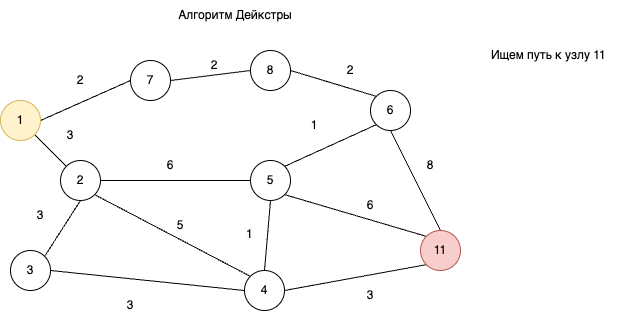
This is webinars/16-algorithms-part2/img/graph_deykstra.png from OtusGolang/webinars_basic, a draw.io export, as it was before one commit. Source tidied: cells renumbered, new cells last; positions are measured from the earlier drawing's top-left corner, leaving out a move shared by most shapes. Source of this version:
```xml
<mxGraphModel background="#ffffff">
  <root>
    <mxCell id="0" />
    <mxCell id="1" parent="0" />
    <mxCell id="2" style="rounded=0;jettySize=auto;html=1;exitX=1;exitY=1;exitDx=0;exitDy=0;entryX=0;entryY=0;entryDx=0;entryDy=0;endArrow=none;endFill=0;" parent="1" edge="1" source="4" target="8">
      <mxGeometry relative="1" as="geometry" />
    </mxCell>
    <mxCell id="3" style="rounded=0;jettySize=auto;html=1;exitX=1;exitY=0.5;exitDx=0;exitDy=0;entryX=0;entryY=0.5;entryDx=0;entryDy=0;endArrow=none;endFill=0;" parent="1" edge="1" source="4" target="23">
      <mxGeometry relative="1" as="geometry" />
    </mxCell>
    <mxCell id="4" value="1" style="ellipse;whiteSpace=wrap;html=1;fillColor=#fff2cc;strokeColor=#d6b656;" parent="1" vertex="1">
      <mxGeometry y="100" width="40" height="40" as="geometry" />
    </mxCell>
    <mxCell id="5" style="rounded=0;jettySize=auto;html=1;exitX=0.5;exitY=1;exitDx=0;exitDy=0;entryX=1;entryY=0;entryDx=0;entryDy=0;endArrow=none;endFill=0;" parent="1" edge="1" source="8" target="13">
      <mxGeometry relative="1" as="geometry" />
    </mxCell>
    <mxCell id="6" style="rounded=0;jettySize=auto;html=1;exitX=1;exitY=1;exitDx=0;exitDy=0;entryX=0;entryY=0;entryDx=0;entryDy=0;endArrow=none;endFill=0;" parent="1" edge="1" source="8" target="18">
      <mxGeometry relative="1" as="geometry" />
    </mxCell>
    <mxCell id="7" style="rounded=0;jettySize=auto;html=1;exitX=1;exitY=0.5;exitDx=0;exitDy=0;endArrow=none;endFill=0;" parent="1" edge="1" source="8" target="11">
      <mxGeometry relative="1" as="geometry" />
    </mxCell>
    <mxCell id="8" value="2" style="ellipse;whiteSpace=wrap;html=1;" parent="1" vertex="1">
      <mxGeometry x="60" y="160" width="40" height="40" as="geometry" />
    </mxCell>
    <mxCell id="9" style="rounded=0;jettySize=auto;html=1;exitX=1;exitY=0;exitDx=0;exitDy=0;entryX=0;entryY=1;entryDx=0;entryDy=0;endArrow=none;endFill=0;" parent="1" edge="1" source="11" target="15">
      <mxGeometry relative="1" as="geometry" />
    </mxCell>
    <mxCell id="10" style="rounded=0;jettySize=auto;html=1;exitX=1;exitY=1;exitDx=0;exitDy=0;entryX=0;entryY=0;entryDx=0;entryDy=0;endArrow=none;endFill=0;" parent="1" edge="1" source="11" target="20">
      <mxGeometry relative="1" as="geometry" />
    </mxCell>
    <mxCell id="11" value="5" style="ellipse;whiteSpace=wrap;html=1;" parent="1" vertex="1">
      <mxGeometry x="250" y="160" width="40" height="40" as="geometry" />
    </mxCell>
    <mxCell id="12" style="rounded=0;jettySize=auto;html=1;exitX=1;exitY=0.5;exitDx=0;exitDy=0;entryX=0;entryY=0.5;entryDx=0;entryDy=0;endArrow=none;endFill=0;" parent="1" edge="1" source="13" target="18">
      <mxGeometry relative="1" as="geometry" />
    </mxCell>
    <mxCell id="13" value="3" style="ellipse;whiteSpace=wrap;html=1;" parent="1" vertex="1">
      <mxGeometry x="10" y="250" width="40" height="40" as="geometry" />
    </mxCell>
    <mxCell id="14" style="rounded=0;jettySize=auto;html=1;exitX=0.5;exitY=1;exitDx=0;exitDy=0;entryX=0.5;entryY=0;entryDx=0;entryDy=0;endArrow=none;endFill=0;" parent="1" edge="1" source="15" target="20">
      <mxGeometry relative="1" as="geometry" />
    </mxCell>
    <mxCell id="15" value="6" style="ellipse;whiteSpace=wrap;html=1;" parent="1" vertex="1">
      <mxGeometry x="370" y="90" width="40" height="40" as="geometry" />
    </mxCell>
    <mxCell id="16" style="rounded=0;jettySize=auto;html=1;exitX=0.5;exitY=0;exitDx=0;exitDy=0;entryX=0.5;entryY=1;entryDx=0;entryDy=0;endArrow=none;endFill=0;" parent="1" edge="1" source="18" target="11">
      <mxGeometry relative="1" as="geometry" />
    </mxCell>
    <mxCell id="17" style="rounded=0;jettySize=auto;html=1;exitX=1;exitY=0.5;exitDx=0;exitDy=0;entryX=0;entryY=1;entryDx=0;entryDy=0;endArrow=none;endFill=0;" parent="1" edge="1" source="18" target="20">
      <mxGeometry relative="1" as="geometry" />
    </mxCell>
    <mxCell id="18" value="4" style="ellipse;whiteSpace=wrap;html=1;" parent="1" vertex="1">
      <mxGeometry x="244" y="270" width="40" height="40" as="geometry" />
    </mxCell>
    <mxCell id="19" value="Алгоритм Дейкстры&lt;br&gt;" style="text;html=1;strokeColor=none;fillColor=none;align=center;verticalAlign=middle;whiteSpace=wrap;rounded=0;" parent="1" vertex="1">
      <mxGeometry x="130" width="210" height="30" as="geometry" />
    </mxCell>
    <mxCell id="20" value="11" style="ellipse;whiteSpace=wrap;html=1;fillColor=#f8cecc;strokeColor=#b85450;" parent="1" vertex="1">
      <mxGeometry x="420" y="230" width="40" height="40" as="geometry" />
    </mxCell>
    <mxCell id="21" style="edgeStyle=orthogonalEdgeStyle;rounded=0;orthogonalLoop=1;jettySize=auto;html=1;exitX=0.5;exitY=1;exitDx=0;exitDy=0;" parent="1" edge="1" source="15" target="15">
      <mxGeometry relative="1" as="geometry" />
    </mxCell>
    <mxCell id="22" style="rounded=0;jettySize=auto;html=1;exitX=1;exitY=0.5;exitDx=0;exitDy=0;entryX=0;entryY=0.5;entryDx=0;entryDy=0;endArrow=none;endFill=0;" parent="1" edge="1" source="23" target="25">
      <mxGeometry relative="1" as="geometry" />
    </mxCell>
    <mxCell id="23" value="7" style="ellipse;whiteSpace=wrap;html=1;" parent="1" vertex="1">
      <mxGeometry x="130" y="60" width="40" height="40" as="geometry" />
    </mxCell>
    <mxCell id="24" style="rounded=0;jettySize=auto;html=1;exitX=1;exitY=0.5;exitDx=0;exitDy=0;entryX=0;entryY=0;entryDx=0;entryDy=0;endArrow=none;endFill=0;" parent="1" edge="1" source="25" target="15">
      <mxGeometry relative="1" as="geometry" />
    </mxCell>
    <mxCell id="25" value="8" style="ellipse;whiteSpace=wrap;html=1;" parent="1" vertex="1">
      <mxGeometry x="250" y="50" width="40" height="40" as="geometry" />
    </mxCell>
    <mxCell id="26" value="Ищем путь к узлу 11&amp;nbsp;" style="text;html=1;strokeColor=none;fillColor=none;align=center;verticalAlign=middle;whiteSpace=wrap;rounded=0;" parent="1" vertex="1">
      <mxGeometry x="470" y="40" width="160" height="30" as="geometry" />
    </mxCell>
    <mxCell id="27" value="2" style="text;html=1;align=center;verticalAlign=middle;whiteSpace=wrap;rounded=0;" parent="1" vertex="1">
      <mxGeometry x="50" y="65" width="60" height="30" as="geometry" />
    </mxCell>
    <mxCell id="28" value="2" style="text;html=1;align=center;verticalAlign=middle;whiteSpace=wrap;rounded=0;" parent="1" vertex="1">
      <mxGeometry x="184" y="50" width="60" height="30" as="geometry" />
    </mxCell>
    <mxCell id="29" value="2" style="text;html=1;align=center;verticalAlign=middle;whiteSpace=wrap;rounded=0;" parent="1" vertex="1">
      <mxGeometry x="320" y="55" width="60" height="30" as="geometry" />
    </mxCell>
    <mxCell id="30" value="8" style="text;html=1;align=center;verticalAlign=middle;whiteSpace=wrap;rounded=0;" parent="1" vertex="1">
      <mxGeometry x="400" y="150" width="60" height="30" as="geometry" />
    </mxCell>
    <mxCell id="31" value="3" style="text;html=1;align=center;verticalAlign=middle;whiteSpace=wrap;rounded=0;" parent="1" vertex="1">
      <mxGeometry x="40" y="120" width="60" height="30" as="geometry" />
    </mxCell>
    <mxCell id="32" value="6" style="text;html=1;align=center;verticalAlign=middle;whiteSpace=wrap;rounded=0;" parent="1" vertex="1">
      <mxGeometry x="140" y="150" width="60" height="30" as="geometry" />
    </mxCell>
    <mxCell id="33" value="1" style="text;html=1;align=center;verticalAlign=middle;whiteSpace=wrap;rounded=0;" parent="1" vertex="1">
      <mxGeometry x="284" y="110" width="60" height="30" as="geometry" />
    </mxCell>
    <mxCell id="34" value="6" style="text;html=1;align=center;verticalAlign=middle;whiteSpace=wrap;rounded=0;" parent="1" vertex="1">
      <mxGeometry x="340" y="190" width="60" height="30" as="geometry" />
    </mxCell>
    <mxCell id="35" value="3" style="text;html=1;align=center;verticalAlign=middle;whiteSpace=wrap;rounded=0;" parent="1" vertex="1">
      <mxGeometry x="10" y="200" width="60" height="30" as="geometry" />
    </mxCell>
    <mxCell id="36" value="3" style="text;html=1;align=center;verticalAlign=middle;whiteSpace=wrap;rounded=0;" parent="1" vertex="1">
      <mxGeometry x="100" y="290" width="60" height="30" as="geometry" />
    </mxCell>
    <mxCell id="37" value="3" style="text;html=1;align=center;verticalAlign=middle;whiteSpace=wrap;rounded=0;" parent="1" vertex="1">
      <mxGeometry x="340" y="280" width="60" height="30" as="geometry" />
    </mxCell>
    <mxCell id="38" value="&lt;span style=&quot;color: rgb(0, 0, 0); font-family: Helvetica; font-size: 12px; font-style: normal; font-variant-ligatures: normal; font-variant-caps: normal; font-weight: 400; letter-spacing: normal; orphans: 2; text-align: center; text-indent: 0px; text-transform: none; widows: 2; word-spacing: 0px; -webkit-text-stroke-width: 0px; background-color: rgb(251, 251, 251); text-decoration-thickness: initial; text-decoration-style: initial; text-decoration-color: initial; float: none; display: inline !important;&quot;&gt;1&lt;/span&gt;" style="text;whiteSpace=wrap;html=1;" parent="1" vertex="1">
      <mxGeometry x="244" y="220" width="34" height="30" as="geometry" />
    </mxCell>
    <mxCell id="39" value="5" style="text;html=1;align=center;verticalAlign=middle;whiteSpace=wrap;rounded=0;" parent="1" vertex="1">
      <mxGeometry x="150" y="210" width="60" height="30" as="geometry" />
    </mxCell>
  </root>
</mxGraphModel>
```
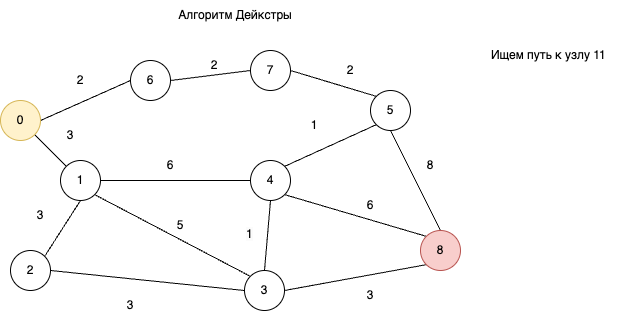
The same file after the commit.

Commit message:
finish materials

What changed in the source:
```diff
@@ -1,4 +1,4 @@
-<mxGraphModel background="#ffffff">
+<mxGraphModel>
   <root>
     <mxCell id="0" />
     <mxCell id="1" parent="0" />
@@ -8,7 +8,7 @@
     <mxCell id="3" style="rounded=0;jettySize=auto;html=1;exitX=1;exitY=0.5;exitDx=0;exitDy=0;entryX=0;entryY=0.5;entryDx=0;entryDy=0;endArrow=none;endFill=0;" parent="1" edge="1" source="4" target="23">
       <mxGeometry relative="1" as="geometry" />
     </mxCell>
-    <mxCell id="4" value="1" style="ellipse;whiteSpace=wrap;html=1;fillColor=#fff2cc;strokeColor=#d6b656;" parent="1" vertex="1">
+    <mxCell id="4" value="0" style="ellipse;whiteSpace=wrap;html=1;fillColor=#fff2cc;strokeColor=#d6b656;" parent="1" vertex="1">
       <mxGeometry y="100" width="40" height="40" as="geometry" />
     </mxCell>
     <mxCell id="5" style="rounded=0;jettySize=auto;html=1;exitX=0.5;exitY=1;exitDx=0;exitDy=0;entryX=1;entryY=0;entryDx=0;entryDy=0;endArrow=none;endFill=0;" parent="1" edge="1" source="8" target="13">
@@ -20,7 +20,7 @@
     <mxCell id="7" style="rounded=0;jettySize=auto;html=1;exitX=1;exitY=0.5;exitDx=0;exitDy=0;endArrow=none;endFill=0;" parent="1" edge="1" source="8" target="11">
       <mxGeometry relative="1" as="geometry" />
     </mxCell>
-    <mxCell id="8" value="2" style="ellipse;whiteSpace=wrap;html=1;" parent="1" vertex="1">
+    <mxCell id="8" value="1" style="ellipse;whiteSpace=wrap;html=1;" parent="1" vertex="1">
       <mxGeometry x="60" y="160" width="40" height="40" as="geometry" />
     </mxCell>
     <mxCell id="9" style="rounded=0;jettySize=auto;html=1;exitX=1;exitY=0;exitDx=0;exitDy=0;entryX=0;entryY=1;entryDx=0;entryDy=0;endArrow=none;endFill=0;" parent="1" edge="1" source="11" target="15">
@@ -29,19 +29,19 @@
     <mxCell id="10" style="rounded=0;jettySize=auto;html=1;exitX=1;exitY=1;exitDx=0;exitDy=0;entryX=0;entryY=0;entryDx=0;entryDy=0;endArrow=none;endFill=0;" parent="1" edge="1" source="11" target="20">
       <mxGeometry relative="1" as="geometry" />
     </mxCell>
-    <mxCell id="11" value="5" style="ellipse;whiteSpace=wrap;html=1;" parent="1" vertex="1">
+    <mxCell id="11" value="4" style="ellipse;whiteSpace=wrap;html=1;" parent="1" vertex="1">
       <mxGeometry x="250" y="160" width="40" height="40" as="geometry" />
     </mxCell>
     <mxCell id="12" style="rounded=0;jettySize=auto;html=1;exitX=1;exitY=0.5;exitDx=0;exitDy=0;entryX=0;entryY=0.5;entryDx=0;entryDy=0;endArrow=none;endFill=0;" parent="1" edge="1" source="13" target="18">
       <mxGeometry relative="1" as="geometry" />
     </mxCell>
-    <mxCell id="13" value="3" style="ellipse;whiteSpace=wrap;html=1;" parent="1" vertex="1">
+    <mxCell id="13" value="2" style="ellipse;whiteSpace=wrap;html=1;" parent="1" vertex="1">
       <mxGeometry x="10" y="250" width="40" height="40" as="geometry" />
     </mxCell>
     <mxCell id="14" style="rounded=0;jettySize=auto;html=1;exitX=0.5;exitY=1;exitDx=0;exitDy=0;entryX=0.5;entryY=0;entryDx=0;entryDy=0;endArrow=none;endFill=0;" parent="1" edge="1" source="15" target="20">
       <mxGeometry relative="1" as="geometry" />
     </mxCell>
-    <mxCell id="15" value="6" style="ellipse;whiteSpace=wrap;html=1;" parent="1" vertex="1">
+    <mxCell id="15" value="5" style="ellipse;whiteSpace=wrap;html=1;" parent="1" vertex="1">
       <mxGeometry x="370" y="90" width="40" height="40" as="geometry" />
     </mxCell>
     <mxCell id="16" style="rounded=0;jettySize=auto;html=1;exitX=0.5;exitY=0;exitDx=0;exitDy=0;entryX=0.5;entryY=1;entryDx=0;entryDy=0;endArrow=none;endFill=0;" parent="1" edge="1" source="18" target="11">
@@ -50,13 +50,13 @@
     <mxCell id="17" style="rounded=0;jettySize=auto;html=1;exitX=1;exitY=0.5;exitDx=0;exitDy=0;entryX=0;entryY=1;entryDx=0;entryDy=0;endArrow=none;endFill=0;" parent="1" edge="1" source="18" target="20">
       <mxGeometry relative="1" as="geometry" />
     </mxCell>
-    <mxCell id="18" value="4" style="ellipse;whiteSpace=wrap;html=1;" parent="1" vertex="1">
+    <mxCell id="18" value="3" style="ellipse;whiteSpace=wrap;html=1;" parent="1" vertex="1">
       <mxGeometry x="244" y="270" width="40" height="40" as="geometry" />
     </mxCell>
     <mxCell id="19" value="Алгоритм Дейкстры&lt;br&gt;" style="text;html=1;strokeColor=none;fillColor=none;align=center;verticalAlign=middle;whiteSpace=wrap;rounded=0;" parent="1" vertex="1">
       <mxGeometry x="130" width="210" height="30" as="geometry" />
     </mxCell>
-    <mxCell id="20" value="11" style="ellipse;whiteSpace=wrap;html=1;fillColor=#f8cecc;strokeColor=#b85450;" parent="1" vertex="1">
+    <mxCell id="20" value="8" style="ellipse;whiteSpace=wrap;html=1;fillColor=#f8cecc;strokeColor=#b85450;" parent="1" vertex="1">
       <mxGeometry x="420" y="230" width="40" height="40" as="geometry" />
     </mxCell>
     <mxCell id="21" style="edgeStyle=orthogonalEdgeStyle;rounded=0;orthogonalLoop=1;jettySize=auto;html=1;exitX=0.5;exitY=1;exitDx=0;exitDy=0;" parent="1" edge="1" source="15" target="15">
@@ -65,13 +65,13 @@
     <mxCell id="22" style="rounded=0;jettySize=auto;html=1;exitX=1;exitY=0.5;exitDx=0;exitDy=0;entryX=0;entryY=0.5;entryDx=0;entryDy=0;endArrow=none;endFill=0;" parent="1" edge="1" source="23" target="25">
       <mxGeometry relative="1" as="geometry" />
     </mxCell>
-    <mxCell id="23" value="7" style="ellipse;whiteSpace=wrap;html=1;" parent="1" vertex="1">
+    <mxCell id="23" value="6" style="ellipse;whiteSpace=wrap;html=1;" parent="1" vertex="1">
       <mxGeometry x="130" y="60" width="40" height="40" as="geometry" />
     </mxCell>
     <mxCell id="24" style="rounded=0;jettySize=auto;html=1;exitX=1;exitY=0.5;exitDx=0;exitDy=0;entryX=0;entryY=0;entryDx=0;entryDy=0;endArrow=none;endFill=0;" parent="1" edge="1" source="25" target="15">
       <mxGeometry relative="1" as="geometry" />
     </mxCell>
-    <mxCell id="25" value="8" style="ellipse;whiteSpace=wrap;html=1;" parent="1" vertex="1">
+    <mxCell id="25" value="7" style="ellipse;whiteSpace=wrap;html=1;" parent="1" vertex="1">
       <mxGeometry x="250" y="50" width="40" height="40" as="geometry" />
     </mxCell>
     <mxCell id="26" value="Ищем путь к узлу 11&amp;nbsp;" style="text;html=1;strokeColor=none;fillColor=none;align=center;verticalAlign=middle;whiteSpace=wrap;rounded=0;" parent="1" vertex="1">
```
